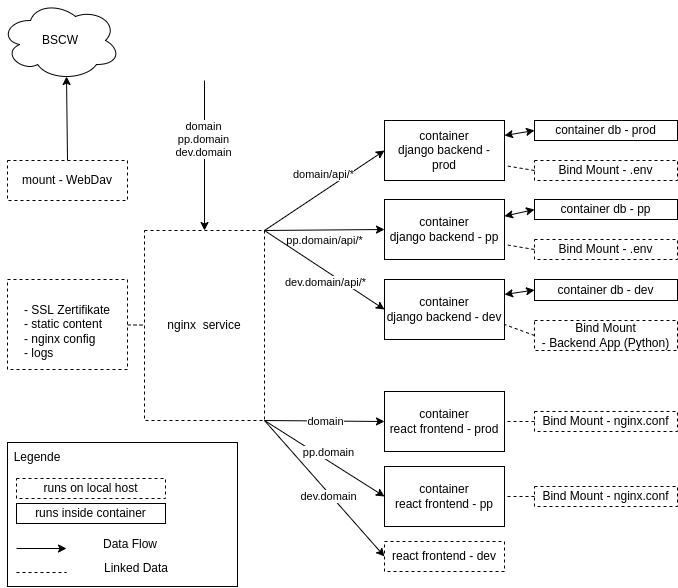
The draw.io diagram docs/devops/hld.drawio.png in fra-uas-project/softDsim, before a commit. Source tidied: cells renumbered, new cells last; positions are measured from the earlier drawing's top-left corner, leaving out a move shared by most shapes.
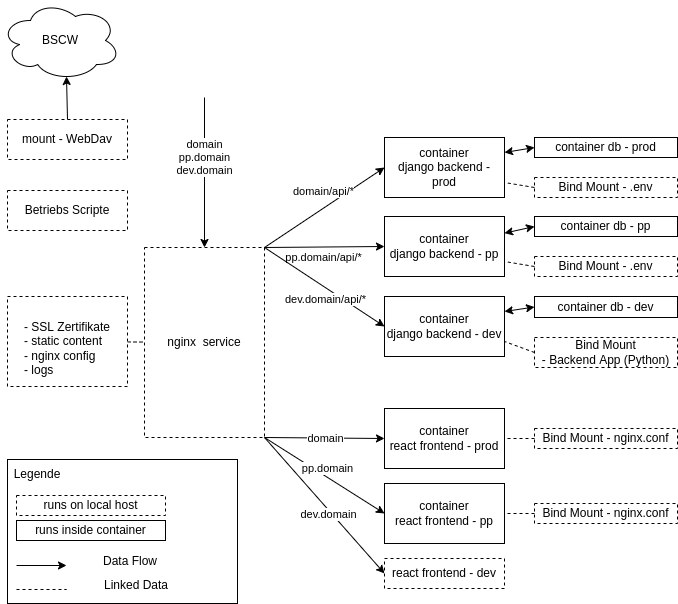
After the commit.

The edit, as a diff of the source:
```diff
@@ -154,13 +154,13 @@
       <mxGeometry relative="1" as="geometry" />
     </mxCell>
     <mxCell id="45" value="mount - WebDav" style="rounded=0;whiteSpace=wrap;html=1;dashed=1;strokeColor=default;" parent="1" vertex="1">
-      <mxGeometry x="7" y="160" width="120" height="40" as="geometry" />
+      <mxGeometry x="7" y="102" width="120" height="40" as="geometry" />
     </mxCell>
     <mxCell id="46" style="endArrow=classic;html=1;exitX=0.5;exitY=0;exitDx=0;exitDy=0;entryX=0.55;entryY=0.95;entryDx=0;entryDy=0;entryPerimeter=0;" parent="1" edge="1" source="45" target="47">
       <mxGeometry relative="1" as="geometry" />
     </mxCell>
     <mxCell id="47" value="BSCW" style="ellipse;shape=cloud;whiteSpace=wrap;html=1;" parent="1" vertex="1">
-      <mxGeometry width="120" height="80" as="geometry" />
+      <mxGeometry y="-17" width="120" height="80" as="geometry" />
     </mxCell>
     <mxCell id="48" value="Bind Mount - nginx.conf" style="rounded=0;whiteSpace=wrap;html=1;dashed=1;strokeColor=default;" parent="1" vertex="1">
       <mxGeometry x="534" y="411" width="143" height="20" as="geometry" />
@@ -174,5 +174,8 @@
     <mxCell id="51" style="edgeStyle=none;html=1;endArrow=none;endFill=0;dashed=1;exitX=0;exitY=0.5;exitDx=0;exitDy=0;entryX=1;entryY=0.5;entryDx=0;entryDy=0;" parent="1" edge="1" source="50" target="23">
       <mxGeometry relative="1" as="geometry" />
     </mxCell>
+    <mxCell id="52" value="Betriebs Scripte" style="rounded=0;whiteSpace=wrap;html=1;dashed=1;strokeColor=default;" parent="1" vertex="1">
+      <mxGeometry x="7" y="173" width="120" height="40" as="geometry" />
+    </mxCell>
   </root>
 </mxGraphModel>
```
